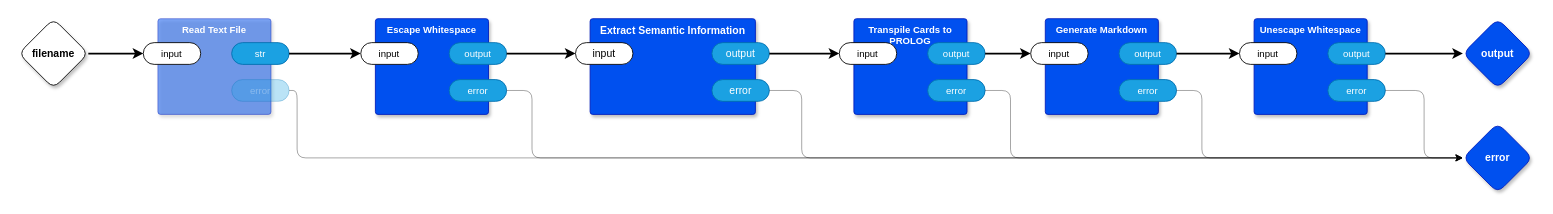
Above: page "main" (1 of 8) of src/top.drawio in guitarvydas/kinopio2md (draw.io), before the change. Source tidied: cells renumbered, new cells numbered last; positions are measured from the earlier drawing's top-left corner, leaving out a move shared by most shapes. Both pictures are drawn from the tidied source at 87%, with x=0, y=0 at pixel (18, 18).
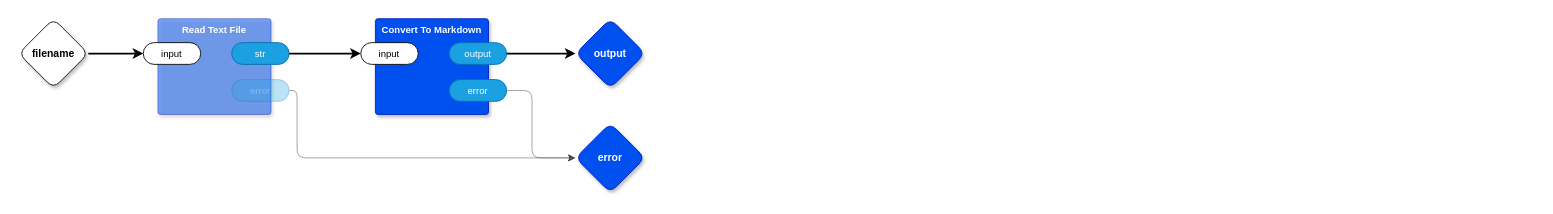
The same diagram, later.

Commit message (it also covers changes not shown here):
Convert To Markdown abstracted out

The change refers to these unchanged cells:
```xml
<mxCell id="27" value="output" style="rounded=1;whiteSpace=wrap;html=1;sketch=0;points=[[0,0.5,0,0,0],[1,0.5,0,0,0]];fillColor=#1ba1e2;fontColor=#ffffff;strokeColor=#006EAF;arcSize=50;fontFamily=Helvetica;fontSize=11;strokeWidth=1;" parent="25" vertex="1">
  <mxGeometry x="84.8" y="27.5" width="66" height="25" as="geometry" />
</mxCell>
```

Change to the diagram source:
```diff
@@
     <mxCell id="4" value="output" style="rhombus;whiteSpace=wrap;html=1;rounded=1;fillColor=#0050ef;fontColor=#ffffff;strokeColor=#001DBC;fontStyle=1;glass=0;sketch=0;fontSize=12;points=[[0,0.5,0,0,0],[0.5,0,0,0,0],[0.5,1,0,0,0],[1,0.5,0,0,0]];shadow=1;strokeWidth=1;" parent="1" vertex="1">
-      <mxGeometry x="1660" width="80" height="80" as="geometry" />
+      <mxGeometry x="640" width="80" height="80" as="geometry" />
     </mxCell>
-    <mxCell id="5" value="Extract Semantic Information" style="rounded=1;whiteSpace=wrap;html=1;sketch=0;verticalAlign=top;arcSize=6;fontStyle=1;absoluteArcSize=1;shadow=1;strokeColor=#001DBC;fillColor=#0050ef;fontColor=#ffffff;strokeWidth=1;" parent="1" vertex="1">
-      <mxGeometry x="656.8" width="190" height="110" as="geometry" />
-    </mxCell>
-    <mxCell id="6" value="input" style="rounded=1;whiteSpace=wrap;html=1;sketch=0;points=[[0,0.5,0,0,0],[1,0.5,0,0,0]];arcSize=50;strokeWidth=1;" parent="5" vertex="1">
-      <mxGeometry x="-16.8" y="27.5" width="66" height="25" as="geometry" />
-    </mxCell>
-    <mxCell id="7" value="error" style="rounded=1;whiteSpace=wrap;html=1;sketch=0;points=[[0,0.5,0,0,0],[1,0.5,0,0,0]];fillColor=#1ba1e2;fontColor=#ffffff;strokeColor=#006EAF;arcSize=50;strokeWidth=1;" parent="5" vertex="1">
-      <mxGeometry x="140" y="70" width="66" height="25" as="geometry" />
-    </mxCell>
-    <mxCell id="8" value="output" style="rounded=1;whiteSpace=wrap;html=1;sketch=0;points=[[0,0.5,0,0,0],[1,0.5,0,0,0]];fillColor=#1ba1e2;fontColor=#ffffff;strokeColor=#006EAF;arcSize=50;strokeWidth=1;" parent="5" vertex="1">
-      <mxGeometry x="140" y="27.5" width="66" height="25" as="geometry" />
-    </mxCell>
     <mxCell id="9" value="error" style="rhombus;whiteSpace=wrap;html=1;rounded=1;fillColor=#0050ef;fontColor=#ffffff;strokeColor=#001DBC;fontStyle=1;glass=0;sketch=0;fontSize=12;points=[[0,0.5,0,0,0],[0.5,0,0,0,0],[0.5,1,0,0,0],[1,0.5,0,0,0]];shadow=1;strokeWidth=1;" parent="1" vertex="1">
-      <mxGeometry x="1660" y="120" width="80" height="80" as="geometry" />
+      <mxGeometry x="640" y="120" width="80" height="80" as="geometry" />
     </mxCell>
@@
-    <mxCell id="15" value="Transpile Cards to PROLOG" style="rounded=1;whiteSpace=wrap;html=1;sketch=0;verticalAlign=top;arcSize=6;fontStyle=1;absoluteArcSize=1;shadow=1;strokeColor=#001DBC;fillColor=#0050ef;fontColor=#ffffff;fontFamily=Helvetica;fontSize=11;strokeWidth=1;" parent="1" vertex="1">
-      <mxGeometry x="960" width="130" height="110" as="geometry" />
-    </mxCell>
-    <mxCell id="16" value="input" style="rounded=1;whiteSpace=wrap;html=1;sketch=0;points=[[0,0.5,0,0,0],[1,0.5,0,0,0]];arcSize=50;fontFamily=Helvetica;fontSize=11;fontColor=default;strokeWidth=1;" parent="15" vertex="1">
-      <mxGeometry x="-16.8" y="27.5" width="66" height="25" as="geometry" />
-    </mxCell>
-    <mxCell id="17" value="output" style="rounded=1;whiteSpace=wrap;html=1;sketch=0;points=[[0,0.5,0,0,0],[1,0.5,0,0,0]];fillColor=#1ba1e2;fontColor=#ffffff;strokeColor=#006EAF;arcSize=50;fontFamily=Helvetica;fontSize=11;strokeWidth=1;" parent="15" vertex="1">
-      <mxGeometry x="84.8" y="27.5" width="66" height="25" as="geometry" />
-    </mxCell>
-    <mxCell id="18" value="error" style="rounded=1;whiteSpace=wrap;html=1;sketch=0;points=[[0,0.5,0,0,0],[1,0.5,0,0,0]];fillColor=#1ba1e2;fontColor=#ffffff;strokeColor=#006EAF;arcSize=50;fontFamily=Helvetica;fontSize=11;strokeWidth=1;" parent="15" vertex="1">
-      <mxGeometry x="84.8" y="70" width="66" height="25" as="geometry" />
-    </mxCell>
-    <mxCell id="19" value="Generate Markdown" style="rounded=1;whiteSpace=wrap;html=1;sketch=0;verticalAlign=top;arcSize=6;fontStyle=1;absoluteArcSize=1;shadow=1;strokeColor=#001DBC;fillColor=#0050ef;fontColor=#ffffff;fontFamily=Helvetica;fontSize=11;strokeWidth=1;" parent="1" vertex="1">
-      <mxGeometry x="1180" width="130" height="110" as="geometry" />
-    </mxCell>
-    <mxCell id="20" value="input" style="rounded=1;whiteSpace=wrap;html=1;sketch=0;points=[[0,0.5,0,0,0],[1,0.5,0,0,0]];arcSize=50;fontFamily=Helvetica;fontSize=11;fontColor=default;strokeWidth=1;" parent="19" vertex="1">
-      <mxGeometry x="-16.8" y="27.5" width="66" height="25" as="geometry" />
-    </mxCell>
-    <mxCell id="21" value="output" style="rounded=1;whiteSpace=wrap;html=1;sketch=0;points=[[0,0.5,0,0,0],[1,0.5,0,0,0]];fillColor=#1ba1e2;fontColor=#ffffff;strokeColor=#006EAF;arcSize=50;fontFamily=Helvetica;fontSize=11;strokeWidth=1;" parent="19" vertex="1">
-      <mxGeometry x="84.8" y="27.5" width="66" height="25" as="geometry" />
-    </mxCell>
-    <mxCell id="22" value="error" style="rounded=1;whiteSpace=wrap;html=1;sketch=0;points=[[0,0.5,0,0,0],[1,0.5,0,0,0]];fillColor=#1ba1e2;fontColor=#ffffff;strokeColor=#006EAF;arcSize=50;fontFamily=Helvetica;fontSize=11;strokeWidth=1;" parent="19" vertex="1">
-      <mxGeometry x="84.8" y="70" width="66" height="25" as="geometry" />
-    </mxCell>
-    <mxCell id="23" style="edgeStyle=orthogonalEdgeStyle;shape=connector;rounded=1;jettySize=auto;html=1;exitX=1;exitY=0.5;exitDx=0;exitDy=0;exitPerimeter=0;entryX=0;entryY=0.5;entryDx=0;entryDy=0;entryPerimeter=0;labelBackgroundColor=default;strokeColor=default;fontFamily=Helvetica;fontSize=11;fontColor=default;endArrow=classic;strokeWidth=2;" parent="1" edge="1" source="21" target="33">
-      <mxGeometry relative="1" as="geometry" />
-    </mxCell>
-    <mxCell id="24" style="edgeStyle=orthogonalEdgeStyle;shape=connector;rounded=1;jettySize=auto;html=1;exitX=1;exitY=0.5;exitDx=0;exitDy=0;exitPerimeter=0;entryX=0;entryY=0.5;entryDx=0;entryDy=0;entryPerimeter=0;labelBackgroundColor=default;strokeColor=default;fontFamily=Helvetica;fontSize=11;fontColor=default;endArrow=classic;strokeWidth=1;opacity=40;" parent="1" edge="1" source="22" target="9">
-      <mxGeometry relative="1" as="geometry">
-        <Array as="points">
-          <mxPoint x="1360" y="83" />
-          <mxPoint x="1360" y="160" />
-        </Array>
-      </mxGeometry>
-    </mxCell>
-    <mxCell id="25" value="Escape Whitespace" style="rounded=1;whiteSpace=wrap;html=1;sketch=0;verticalAlign=top;arcSize=6;fontStyle=1;absoluteArcSize=1;shadow=1;strokeColor=#001DBC;fillColor=#0050ef;fontColor=#ffffff;fontFamily=Helvetica;fontSize=11;strokeWidth=1;" parent="1" vertex="1">
+    <mxCell id="25" value="Convert To Markdown" style="rounded=1;whiteSpace=wrap;html=1;sketch=0;verticalAlign=top;arcSize=6;fontStyle=1;absoluteArcSize=1;shadow=1;strokeColor=#001DBC;fillColor=#0050ef;fontColor=#ffffff;fontFamily=Helvetica;fontSize=11;strokeWidth=1;" parent="1" vertex="1">
       <mxGeometry x="410" width="130" height="110" as="geometry" />
     </mxCell>
@@
-    <mxCell id="30" style="edgeStyle=orthogonalEdgeStyle;rounded=0;jettySize=auto;html=1;exitX=1;exitY=0.5;exitDx=0;exitDy=0;exitPerimeter=0;entryX=0;entryY=0.5;entryDx=0;entryDy=0;entryPerimeter=0;strokeWidth=2;" parent="1" edge="1" source="27" target="6">
+    <mxCell id="30" style="edgeStyle=orthogonalEdgeStyle;rounded=0;jettySize=auto;html=1;exitX=1;exitY=0.5;exitDx=0;exitDy=0;exitPerimeter=0;entryX=0;entryY=0.5;entryDx=0;entryDy=0;entryPerimeter=0;strokeWidth=2;" parent="1" edge="1" source="27" target="4">
       <mxGeometry relative="1" as="geometry" />
     </mxCell>
@@
-    <mxCell id="32" value="Unescape Whitespace" style="rounded=1;whiteSpace=wrap;html=1;sketch=0;verticalAlign=top;arcSize=6;fontStyle=1;absoluteArcSize=1;shadow=1;strokeColor=#001DBC;fillColor=#0050ef;fontColor=#ffffff;fontFamily=Helvetica;fontSize=11;strokeWidth=1;" parent="1" vertex="1">
-      <mxGeometry x="1420" width="130" height="110" as="geometry" />
-    </mxCell>
-    <mxCell id="33" value="input" style="rounded=1;whiteSpace=wrap;html=1;sketch=0;points=[[0,0.5,0,0,0],[1,0.5,0,0,0]];arcSize=50;fontFamily=Helvetica;fontSize=11;fontColor=default;strokeWidth=1;" parent="32" vertex="1">
-      <mxGeometry x="-16.8" y="27.5" width="66" height="25" as="geometry" />
-    </mxCell>
-    <mxCell id="34" value="output" style="rounded=1;whiteSpace=wrap;html=1;sketch=0;points=[[0,0.5,0,0,0],[1,0.5,0,0,0]];fillColor=#1ba1e2;fontColor=#ffffff;strokeColor=#006EAF;arcSize=50;fontFamily=Helvetica;fontSize=11;strokeWidth=1;" parent="32" vertex="1">
-      <mxGeometry x="84.8" y="27.5" width="66" height="25" as="geometry" />
-    </mxCell>
-    <mxCell id="35" value="error" style="rounded=1;whiteSpace=wrap;html=1;sketch=0;points=[[0,0.5,0,0,0],[1,0.5,0,0,0]];fillColor=#1ba1e2;fontColor=#ffffff;strokeColor=#006EAF;arcSize=50;fontFamily=Helvetica;fontSize=11;strokeWidth=1;" parent="32" vertex="1">
-      <mxGeometry x="84.8" y="70" width="66" height="25" as="geometry" />
-    </mxCell>
-    <mxCell id="36" style="edgeStyle=orthogonalEdgeStyle;rounded=0;jettySize=auto;html=1;exitX=1;exitY=0.5;exitDx=0;exitDy=0;exitPerimeter=0;strokeWidth=2;" parent="1" edge="1" source="34" target="4">
-      <mxGeometry relative="1" as="geometry" />
-    </mxCell>
-    <mxCell id="37" style="edgeStyle=orthogonalEdgeStyle;rounded=1;jettySize=auto;html=1;exitX=1;exitY=0.5;exitDx=0;exitDy=0;exitPerimeter=0;entryX=0;entryY=0.5;entryDx=0;entryDy=0;entryPerimeter=0;strokeWidth=1;opacity=40;" parent="1" edge="1" source="35" target="9">
-      <mxGeometry relative="1" as="geometry" />
-    </mxCell>
-    <mxCell id="38" style="edgeStyle=orthogonalEdgeStyle;shape=connector;rounded=1;jettySize=auto;html=1;exitX=1;exitY=0.5;exitDx=0;exitDy=0;exitPerimeter=0;entryX=0;entryY=0.5;entryDx=0;entryDy=0;entryPerimeter=0;labelBackgroundColor=default;strokeColor=default;strokeWidth=1;align=center;verticalAlign=middle;fontFamily=Helvetica;fontSize=11;fontColor=default;endArrow=classic;opacity=40;" parent="1" edge="1" source="18" target="9">
-      <mxGeometry relative="1" as="geometry">
-        <Array as="points">
-          <mxPoint x="1140" y="83" />
-          <mxPoint x="1140" y="160" />
-        </Array>
-      </mxGeometry>
-    </mxCell>
-    <mxCell id="39" style="edgeStyle=orthogonalEdgeStyle;shape=connector;rounded=1;jettySize=auto;html=1;entryX=0;entryY=0.5;entryDx=0;entryDy=0;entryPerimeter=0;labelBackgroundColor=default;strokeColor=default;strokeWidth=1;align=center;verticalAlign=middle;fontFamily=Helvetica;fontSize=11;fontColor=default;endArrow=classic;opacity=40;" parent="1" edge="1" source="7" target="9">
-      <mxGeometry relative="1" as="geometry">
-        <Array as="points">
-          <mxPoint x="900" y="83" />
-          <mxPoint x="900" y="160" />
-        </Array>
-      </mxGeometry>
-    </mxCell>
-    <mxCell id="40" style="edgeStyle=orthogonalEdgeStyle;rounded=0;jettySize=auto;html=1;exitX=1;exitY=0.5;exitDx=0;exitDy=0;exitPerimeter=0;strokeWidth=2;" parent="1" edge="1" source="8" target="16">
-      <mxGeometry relative="1" as="geometry" />
-    </mxCell>
-    <mxCell id="41" style="edgeStyle=orthogonalEdgeStyle;shape=connector;curved=0;rounded=1;jettySize=auto;html=1;exitX=1;exitY=0.5;exitDx=0;exitDy=0;exitPerimeter=0;entryX=0;entryY=0.5;entryDx=0;entryDy=0;entryPerimeter=0;labelBackgroundColor=default;strokeColor=default;strokeWidth=2;align=center;verticalAlign=middle;fontFamily=Helvetica;fontSize=11;fontColor=default;endArrow=classic;" parent="1" edge="1" source="17" target="20">
-      <mxGeometry relative="1" as="geometry" />
-    </mxCell>
```
